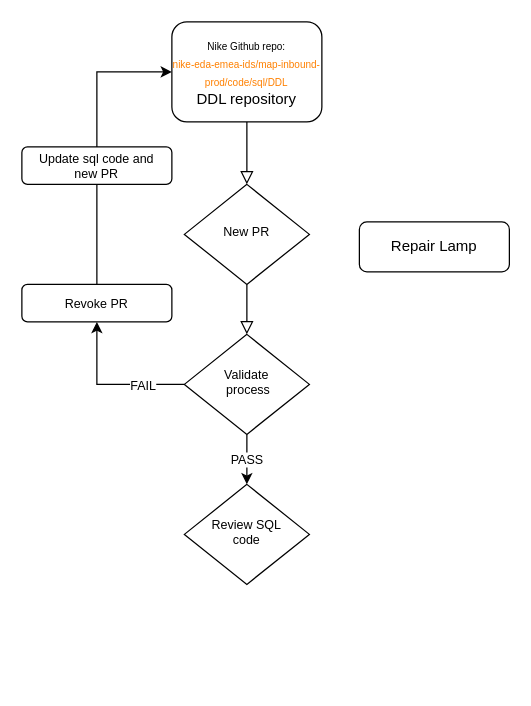
Before: Untitled Diagram.drawio in Vortex-ict/test-repo, a draw.io diagram. Source tidied: cells renumbered, new cells numbered last; positions are measured from the earlier drawing's top-left corner, leaving out a move shared by most shapes. Both pictures are drawn from the tidied source at 125%, with x=0, y=0 at pixel (21, 21).
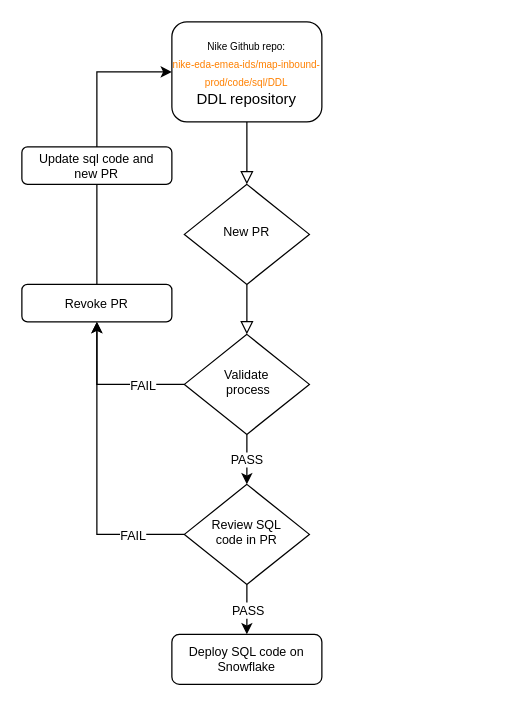
After the change.

Diff of the diagram source:
```diff
@@
 <mxGraphModel>
   <root>
     <mxCell id="0" />
     <mxCell id="1" parent="0" />
     <mxCell id="2" style="rounded=0;html=1;jettySize=auto;fontSize=11;endArrow=block;endFill=0;endSize=8;strokeWidth=1;shadow=0;labelBackgroundColor=none;edgeStyle=orthogonalEdgeStyle;" parent="1" edge="1" source="3" target="5">
       <mxGeometry relative="1" as="geometry" />
     </mxCell>
     <mxCell id="3" value="&lt;div&gt;&lt;font style=&quot;font-size: 8px&quot;&gt;Nike Github repo:&lt;br&gt;&lt;/font&gt;&lt;/div&gt;&lt;div&gt;&lt;font style=&quot;font-size: 8px&quot; color=&quot;#FF8000&quot;&gt;nike-eda-emea-ids&lt;/font&gt;&lt;font style=&quot;font-size: 8px&quot; color=&quot;#FF8000&quot;&gt;/map-inbound-prod/code/sql/DDL&lt;/font&gt;&lt;/div&gt;&lt;div&gt;DDL repository&lt;/div&gt;" style="rounded=1;whiteSpace=wrap;html=1;fontSize=12;glass=0;strokeWidth=1;shadow=0;" parent="1" vertex="1">
       <mxGeometry x="120" width="120" height="80" as="geometry" />
     </mxCell>
     <mxCell id="4" style="rounded=0;html=1;jettySize=auto;fontSize=11;endArrow=block;endFill=0;endSize=8;strokeWidth=1;shadow=0;labelBackgroundColor=none;edgeStyle=orthogonalEdgeStyle;" parent="1" edge="1" source="5" target="9">
       <mxGeometry y="20" relative="1" as="geometry" />
     </mxCell>
     <mxCell id="5" value="&lt;font style=&quot;font-size: 10px&quot;&gt;New PR&lt;/font&gt;" style="rhombus;whiteSpace=wrap;html=1;shadow=0;fontFamily=Helvetica;fontSize=12;align=center;strokeWidth=1;spacing=6;spacingTop=-4;" parent="1" vertex="1">
       <mxGeometry x="130" y="130" width="100" height="80" as="geometry" />
     </mxCell>
     <mxCell id="6" style="edgeStyle=orthogonalEdgeStyle;rounded=0;jettySize=auto;html=1;exitX=0;exitY=0.5;exitDx=0;exitDy=0;entryX=0.5;entryY=1;entryDx=0;entryDy=0;" parent="1" edge="1" source="9" target="12">
       <mxGeometry relative="1" as="geometry" />
     </mxCell>
     <mxCell id="7" value="&lt;font style=&quot;font-size: 10px&quot;&gt;FAIL&lt;/font&gt;" style="edgeLabel;html=1;align=center;verticalAlign=middle;" parent="6" vertex="1">
       <mxGeometry x="-0.44" relative="1" as="geometry" />
     </mxCell>
     <mxCell id="8" value="&lt;div style=&quot;font-size: 10px&quot;&gt;&lt;font style=&quot;font-size: 10px&quot;&gt;PASS&lt;/font&gt;&lt;/div&gt;" style="edgeStyle=orthogonalEdgeStyle;rounded=0;jettySize=auto;html=1;exitX=0.5;exitY=1;exitDx=0;exitDy=0;entryX=0.5;entryY=0;entryDx=0;entryDy=0;" parent="1" edge="1" source="9" target="14">
       <mxGeometry relative="1" as="geometry" />
     </mxCell>
     <mxCell id="9" value="&lt;div style=&quot;font-size: 10px&quot;&gt;&lt;font style=&quot;font-size: 10px&quot;&gt;Validate&lt;/font&gt;&lt;/div&gt;&lt;div style=&quot;font-size: 10px&quot;&gt;&lt;font style=&quot;font-size: 10px&quot;&gt;&amp;nbsp;process&lt;/font&gt;&lt;/div&gt;" style="rhombus;whiteSpace=wrap;html=1;shadow=0;fontFamily=Helvetica;fontSize=12;align=center;strokeWidth=1;spacing=6;spacingTop=-4;" parent="1" vertex="1">
       <mxGeometry x="130" y="250" width="100" height="80" as="geometry" />
     </mxCell>
-    <mxCell id="10" value="Repair Lamp" style="rounded=1;whiteSpace=wrap;html=1;fontSize=12;glass=0;strokeWidth=1;shadow=0;" parent="1" vertex="1">
-      <mxGeometry x="270" y="160" width="120" height="40" as="geometry" />
+    <mxCell id="10" value="&lt;div style=&quot;font-size: 10px&quot;&gt;&lt;font style=&quot;font-size: 10px&quot;&gt;Deploy SQL code on&lt;/font&gt;&lt;/div&gt;&lt;div style=&quot;font-size: 10px&quot;&gt;&lt;font style=&quot;font-size: 10px&quot;&gt;Snowflake&lt;br&gt;&lt;/font&gt;&lt;/div&gt;" style="rounded=1;whiteSpace=wrap;html=1;fontSize=12;glass=0;strokeWidth=1;shadow=0;" parent="1" vertex="1">
+      <mxGeometry x="120" y="490" width="120" height="40" as="geometry" />
     </mxCell>
     <mxCell id="11" style="edgeStyle=orthogonalEdgeStyle;rounded=0;jettySize=auto;html=1;entryX=0;entryY=0.5;entryDx=0;entryDy=0;" parent="1" edge="1" source="12" target="3">
       <mxGeometry relative="1" as="geometry" />
     </mxCell>
     <mxCell id="12" value="&lt;font style=&quot;font-size: 10px&quot;&gt;Revoke PR&lt;/font&gt;" style="rounded=1;whiteSpace=wrap;html=1;" parent="1" vertex="1">
       <mxGeometry y="210" width="120" height="30" as="geometry" />
     </mxCell>
     <mxCell id="13" value="&lt;div style=&quot;font-size: 10px&quot;&gt;&lt;font style=&quot;font-size: 10px&quot;&gt;Update sql code and&lt;/font&gt;&lt;/div&gt;&lt;div style=&quot;font-size: 10px&quot;&gt;&lt;font style=&quot;font-size: 10px&quot;&gt;new PR&lt;br&gt;&lt;/font&gt;&lt;/div&gt;" style="rounded=1;whiteSpace=wrap;html=1;" parent="1" vertex="1">
       <mxGeometry y="100" width="120" height="30" as="geometry" />
     </mxCell>
+    <mxCell id="15" style="edgeStyle=orthogonalEdgeStyle;rounded=0;jettySize=auto;html=1;entryX=0.5;entryY=1;entryDx=0;entryDy=0;" parent="1" edge="1" source="14" target="12">
+      <mxGeometry relative="1" as="geometry" />
+    </mxCell>
+    <mxCell id="16" value="&lt;font style=&quot;font-size: 10px&quot;&gt;FAIL&lt;/font&gt;" style="edgeLabel;html=1;align=center;verticalAlign=middle;" parent="15" vertex="1">
+      <mxGeometry x="-0.65" relative="1" as="geometry" />
+    </mxCell>
+    <mxCell id="17" style="edgeStyle=orthogonalEdgeStyle;rounded=0;jettySize=auto;html=1;exitX=0.5;exitY=1;exitDx=0;exitDy=0;entryX=0.5;entryY=0;entryDx=0;entryDy=0;" parent="1" edge="1" source="14" target="10">
+      <mxGeometry relative="1" as="geometry" />
+    </mxCell>
+    <mxCell id="18" value="&lt;font style=&quot;font-size: 10px&quot;&gt;PASS&lt;/font&gt;" style="edgeLabel;html=1;align=center;verticalAlign=middle;" parent="17" vertex="1">
+      <mxGeometry relative="1" as="geometry" />
+    </mxCell>
-    <mxCell id="14" value="&lt;div style=&quot;font-size: 10px&quot;&gt;&lt;font style=&quot;font-size: 10px&quot;&gt;Review SQL&lt;/font&gt;&lt;/div&gt;&lt;div style=&quot;font-size: 10px&quot;&gt;&lt;font style=&quot;font-size: 10px&quot;&gt;code&lt;/font&gt;&lt;/div&gt;" style="rhombus;whiteSpace=wrap;html=1;shadow=0;fontFamily=Helvetica;fontSize=12;align=center;strokeWidth=1;spacing=6;spacingTop=-4;" parent="1" vertex="1">
+    <mxCell id="14" value="&lt;div style=&quot;font-size: 10px&quot;&gt;&lt;font style=&quot;font-size: 10px&quot;&gt;Review SQL&lt;/font&gt;&lt;/div&gt;&lt;div style=&quot;font-size: 10px&quot;&gt;&lt;font style=&quot;font-size: 10px&quot;&gt;code in PR&lt;br&gt;&lt;/font&gt;&lt;/div&gt;" style="rhombus;whiteSpace=wrap;html=1;shadow=0;fontFamily=Helvetica;fontSize=12;align=center;strokeWidth=1;spacing=6;spacingTop=-4;" parent="1" vertex="1">
       <mxGeometry x="130" y="370" width="100" height="80" as="geometry" />
     </mxCell>
   </root>
 </mxGraphModel>
```
